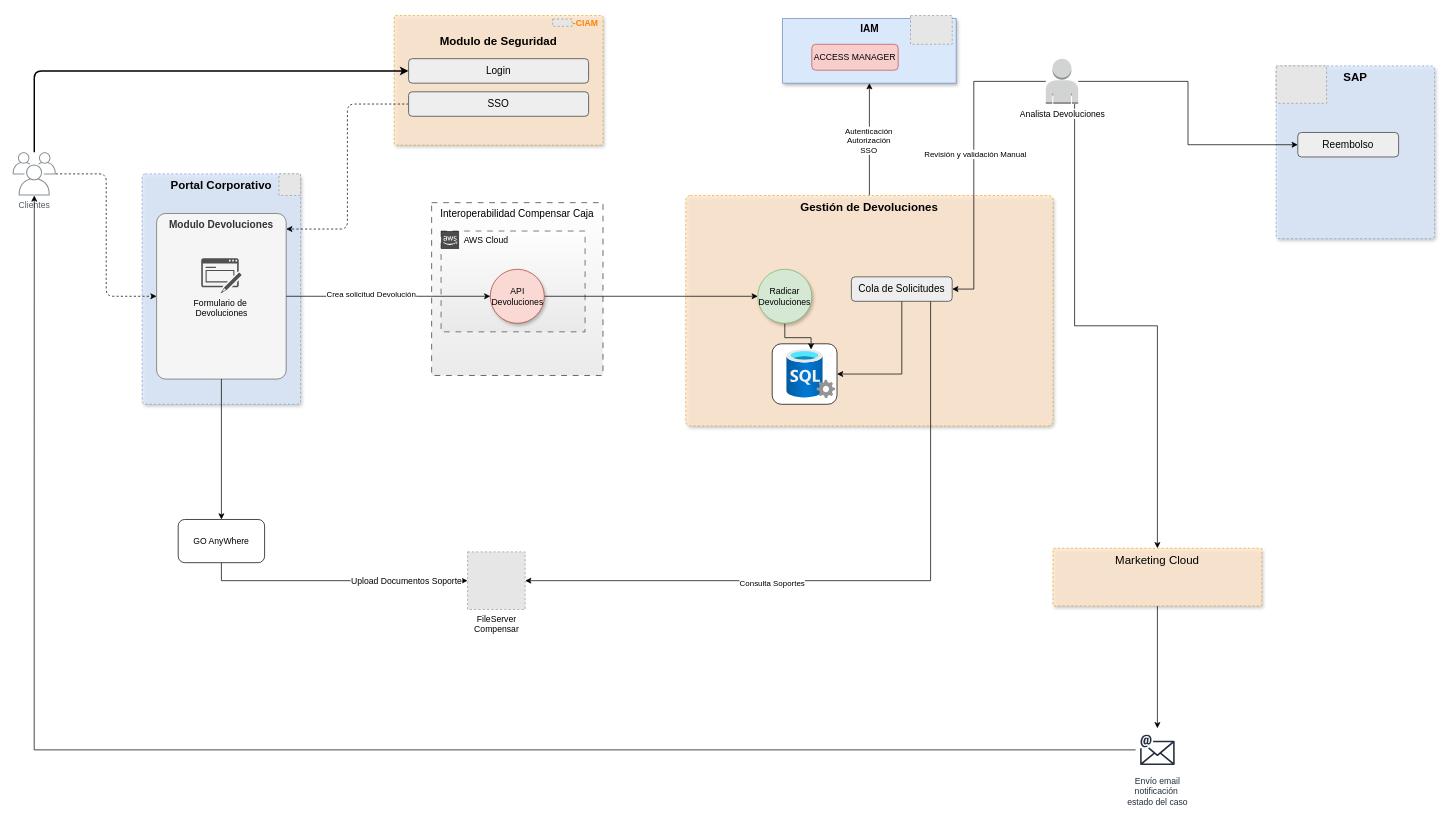
Before: page "Page-2" (2 of 3) of Devoluciones.drawio in carlosvalderrama1204/diagrams, a draw.io diagram. Source tidied: cells renumbered, new cells numbered last; positions are measured from the earlier drawing's top-left corner, leaving out a move shared by most shapes. Both pictures are drawn from the tidied source at 72%, with x=0, y=0 at pixel (12, 15). Pictures stored in the file or linked from it are replaced by grey dashed boxes.
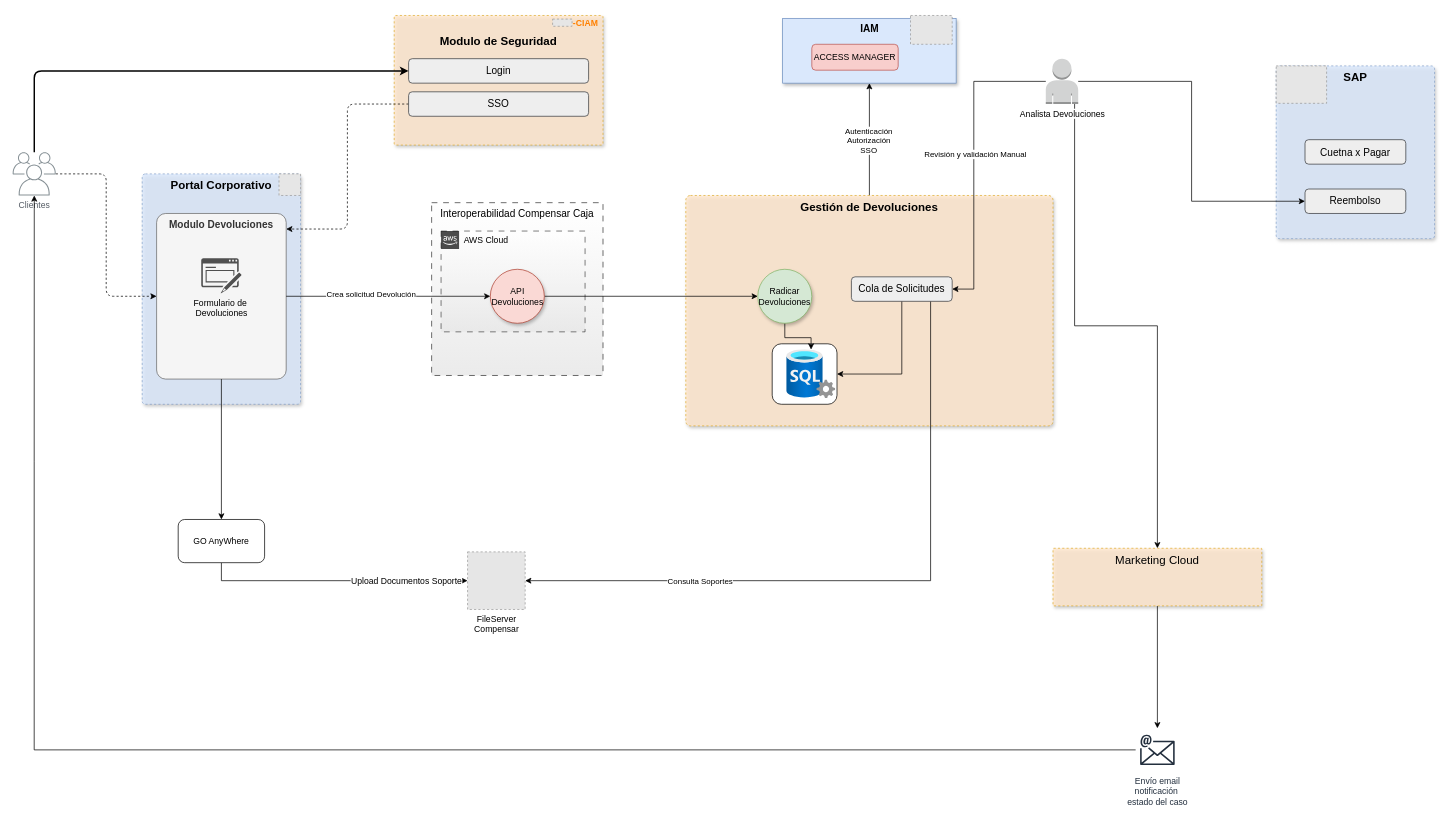
The same page after the edit.

The change refers to these unchanged cells:
```xml
<mxCell id="41" style="edgeStyle=orthogonalEdgeStyle;rounded=0;jettySize=auto;html=1;entryX=1;entryY=0.5;entryDx=0;entryDy=0;" parent="1" edge="1" source="43" target="21">
  <mxGeometry relative="1" as="geometry">
    <Array as="points">
      <mxPoint x="1275" y="785" />
    </Array>
  </mxGeometry>
</mxCell>
```

Diff of the diagram source:
```diff
@@
     <mxCell id="42" value="Consulta Soportes" style="edgeLabel;html=1;align=center;verticalAlign=middle;" parent="41" vertex="1">
-      <mxGeometry x="0.28" y="3" relative="1" as="geometry" />
+      <mxGeometry x="0.28" y="3" relative="1" as="geometry">
+        <mxPoint x="-100" y="-3" as="offset" />
+      </mxGeometry>
     </mxCell>
@@
     <mxCell id="46" value="Reembolso" style="rounded=1;whiteSpace=wrap;html=1;strokeColor=#36393d;fillColor=#eeeeee;fontSize=14;" parent="1" vertex="1">
-      <mxGeometry x="1785" y="162.5" width="140" height="34" as="geometry" />
+      <mxGeometry x="1795" y="241" width="140" height="34" as="geometry" />
     </mxCell>
@@
+    <mxCell id="54" value="Cuetna x Pagar" style="rounded=1;whiteSpace=wrap;html=1;strokeColor=#36393d;fillColor=#eeeeee;fontSize=14;" parent="1" vertex="1">
+      <mxGeometry x="1795" y="172.5" width="140" height="34" as="geometry" />
+    </mxCell>
```
